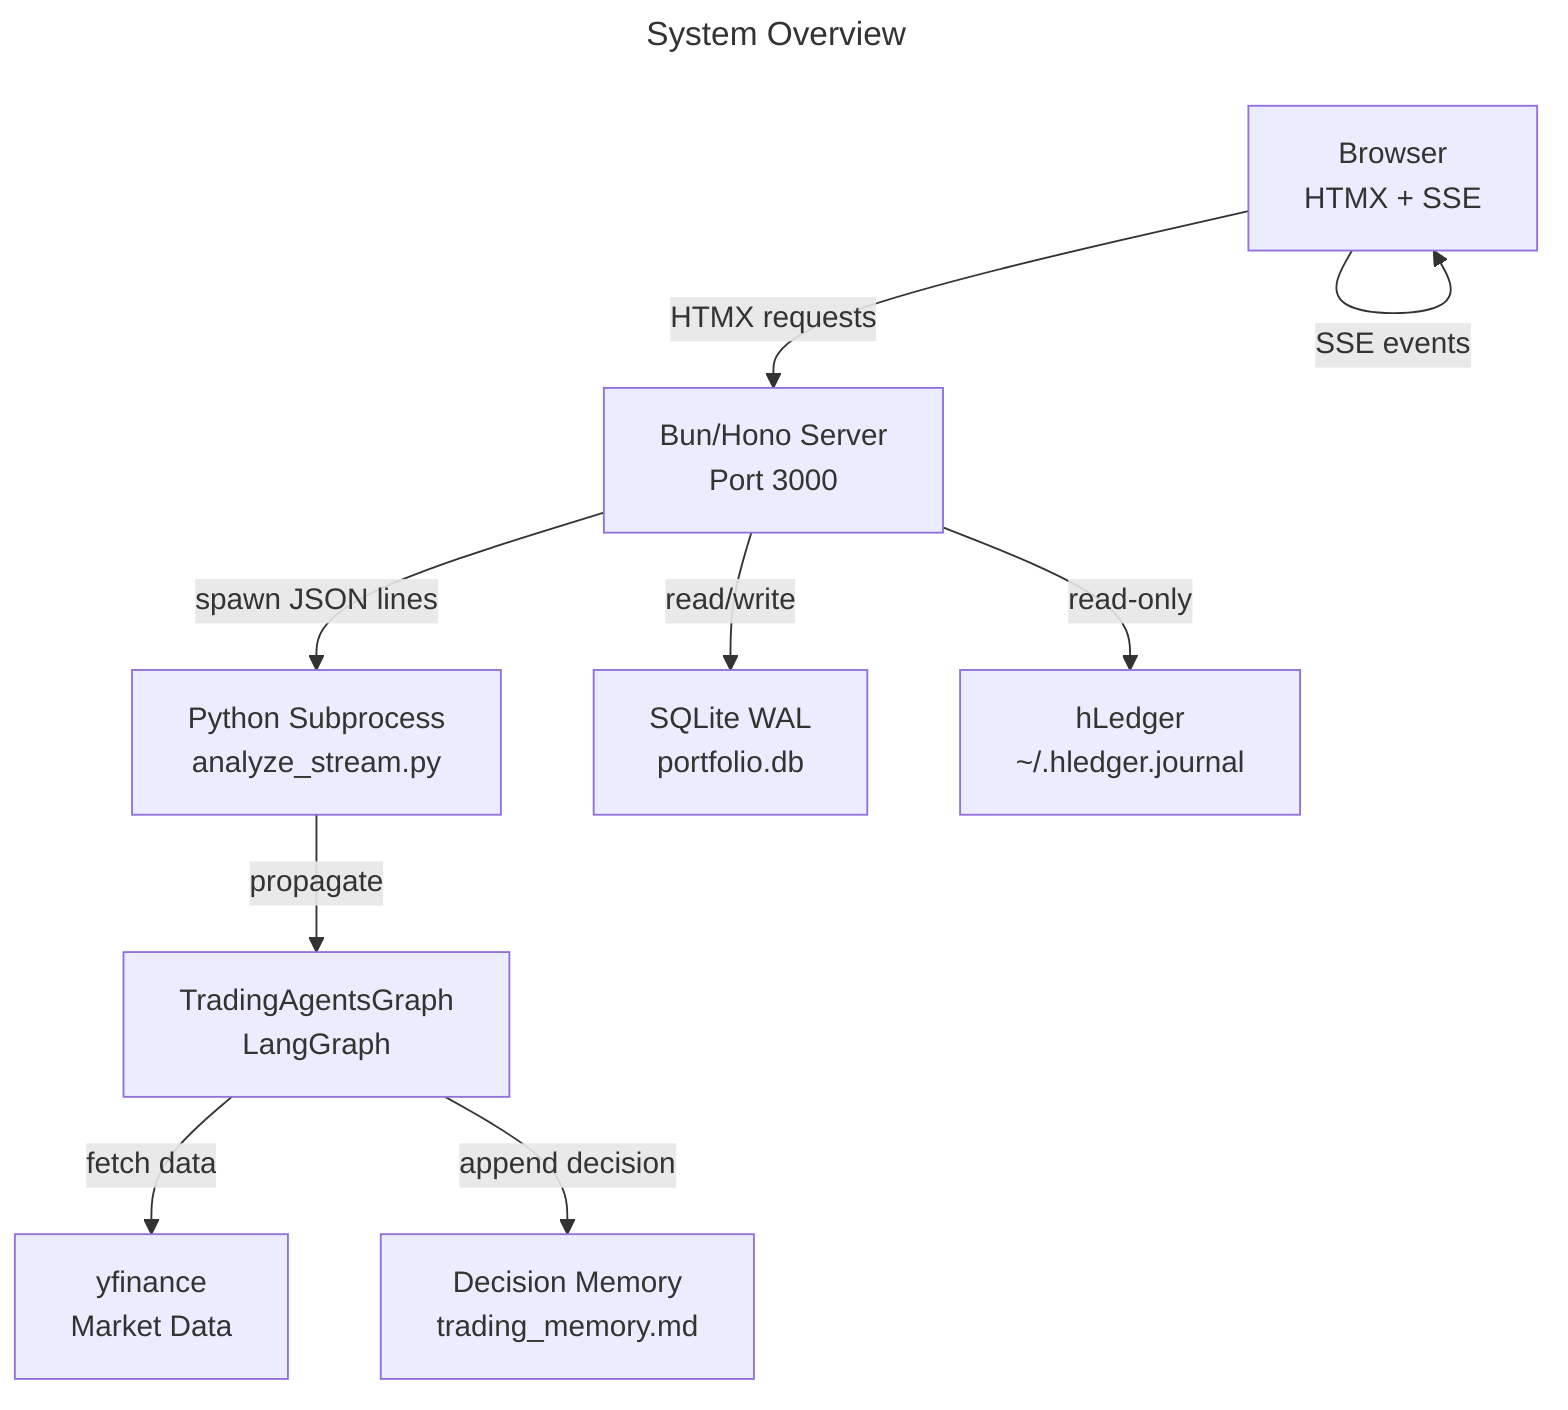
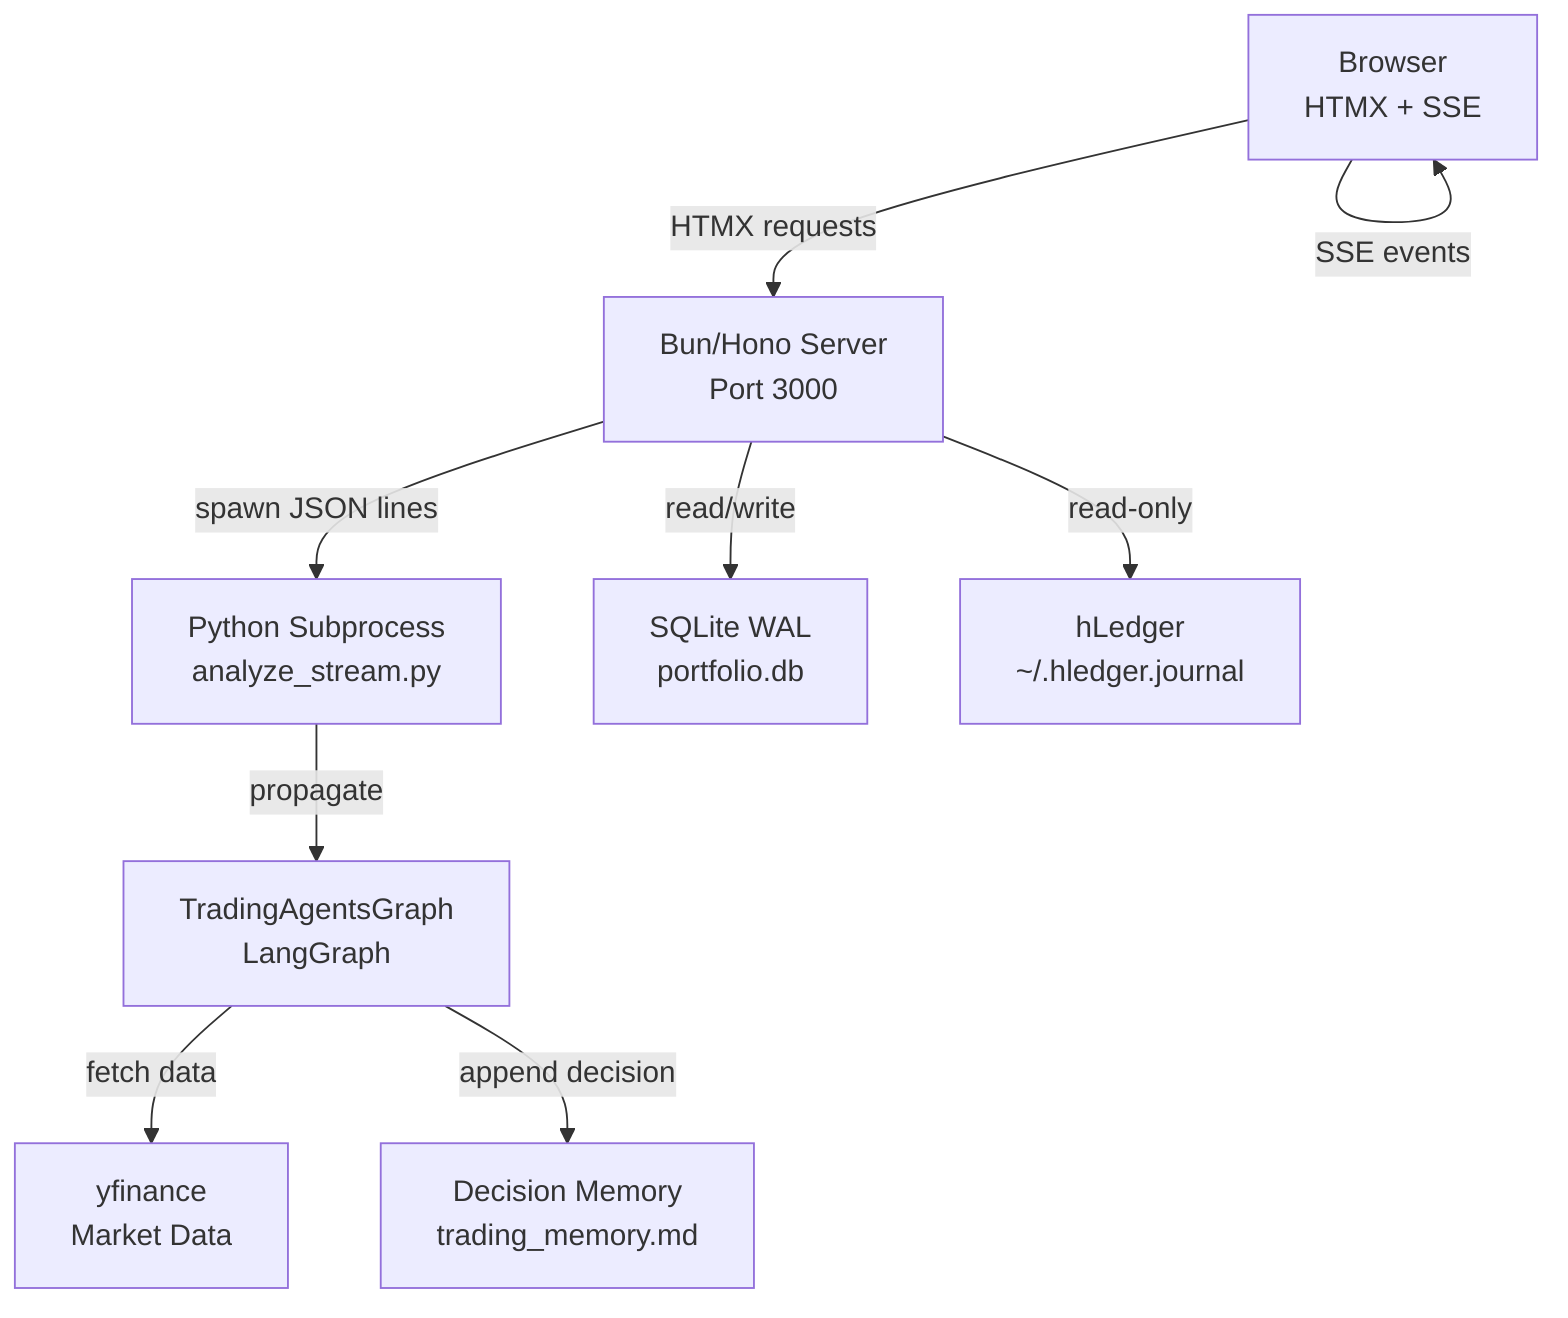
- ---
- title: "System Overview"
- description: "C4 Level 2 container diagram: Browser → Bun/Hono → Python subprocess → TradingAgentsGraph → yfinance; SQLite + hLedger persistence layers."
- ---
- 
```mermaid
graph TB
    Browser[Browser<br/>HTMX + SSE]
    Hono[Bun/Hono Server<br/>Port 3000]
    Python[Python Subprocess<br/>analyze_stream.py]
    Graph[TradingAgentsGraph<br/>LangGraph]
    YF[yfinance<br/>Market Data]
    SQLite[SQLite WAL<br/>portfolio.db]
    hLedger[hLedger<br/>~/.hledger.journal]
    Memory[Decision Memory<br/>trading_memory.md]

    Browser -->|HTMX requests| Hono
    Browser -->|SSE events| Browser
    Hono -->|spawn JSON lines| Python
    Python -->|propagate| Graph
    Graph -->|fetch data| YF
    Hono -->|read/write| SQLite
    Hono -->|read-only| hLedger
    Graph -->|append decision| Memory
```
